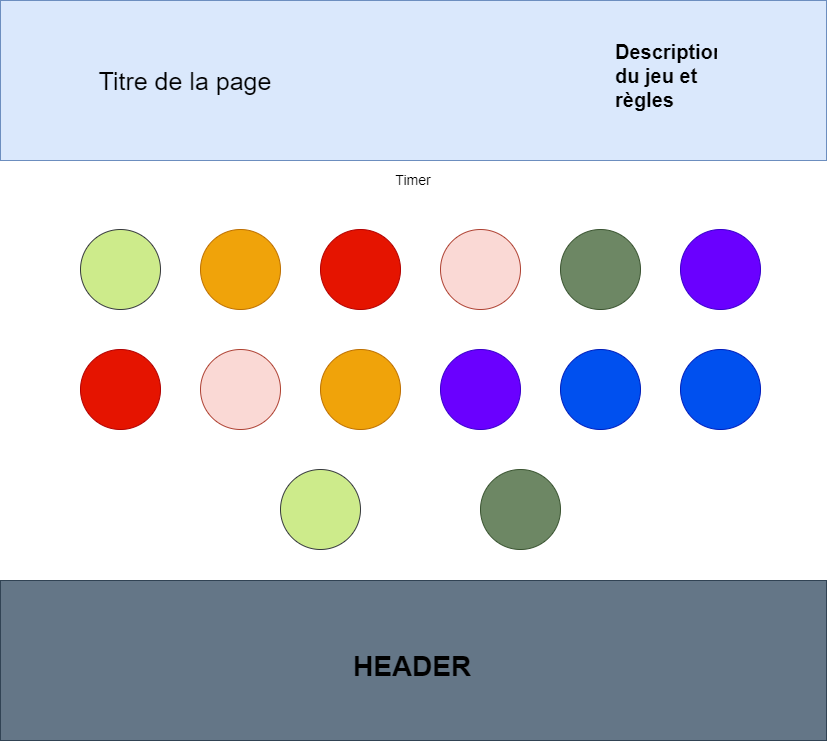
The draw.io diagram Wireframe.png in AlexisFioreCode/Jeumemo, before a commit. Source tidied: cells renumbered, new cells last; positions are measured from the earlier drawing's top-left corner, leaving out a move shared by most shapes.
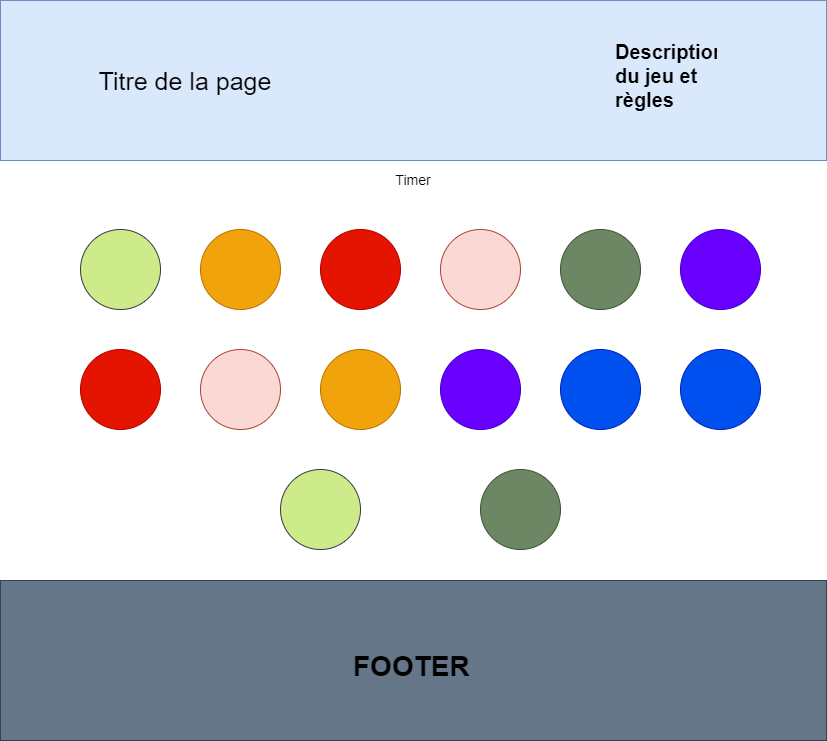
The same diagram one commit later.

What changed in the source:
```diff
@@ -59,7 +59,7 @@
     <mxCell id="20" style="rounded=0;whiteSpace=wrap;html=1;fillColor=#647687;strokeColor=#314354;fontColor=#ffffff;" parent="1" vertex="1">
       <mxGeometry y="580" width="826" height="160" as="geometry" />
     </mxCell>
-    <mxCell id="21" value="&lt;h1&gt;HEADER&lt;/h1&gt;" style="text;html=1;strokeColor=none;fillColor=none;spacing=5;spacingTop=-20;whiteSpace=wrap;overflow=hidden;rounded=0;fontSize=14;" parent="1" vertex="1">
+    <mxCell id="21" value="&lt;h1&gt;FOOTER&lt;/h1&gt;" style="text;html=1;strokeColor=none;fillColor=none;spacing=5;spacingTop=-20;whiteSpace=wrap;overflow=hidden;rounded=0;fontSize=14;" parent="1" vertex="1">
       <mxGeometry x="348" y="640.5" width="130" height="39" as="geometry" />
     </mxCell>
   </root>
```
